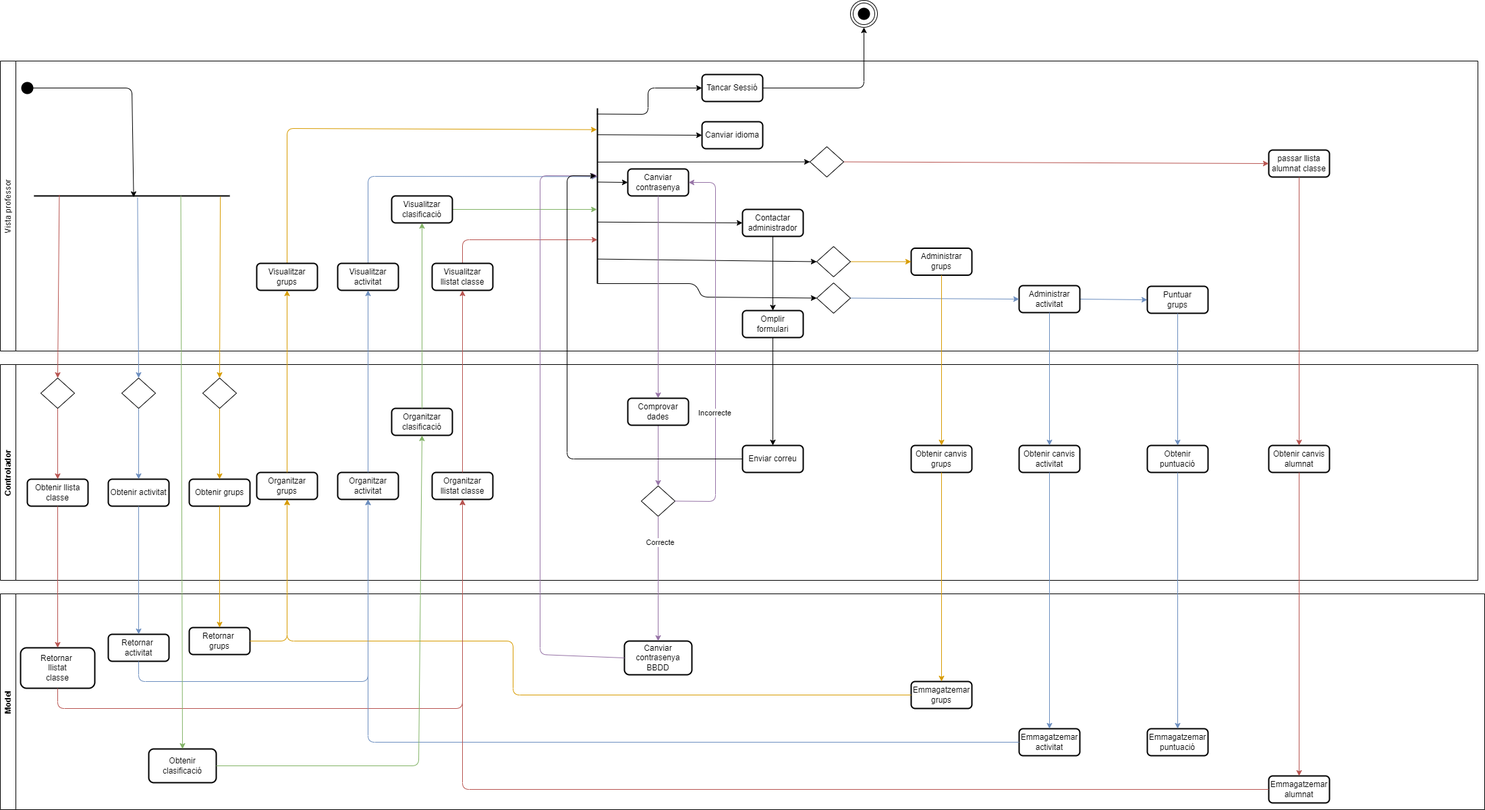
Above: diagramas/D-AC-PROF.png in EliasEJ/ACTIVITAT-DE-COHESIO (draw.io), before the change. Source tidied: cells renumbered, new cells last; positions are measured from the earlier drawing's top-left corner, leaving out a move shared by most shapes.
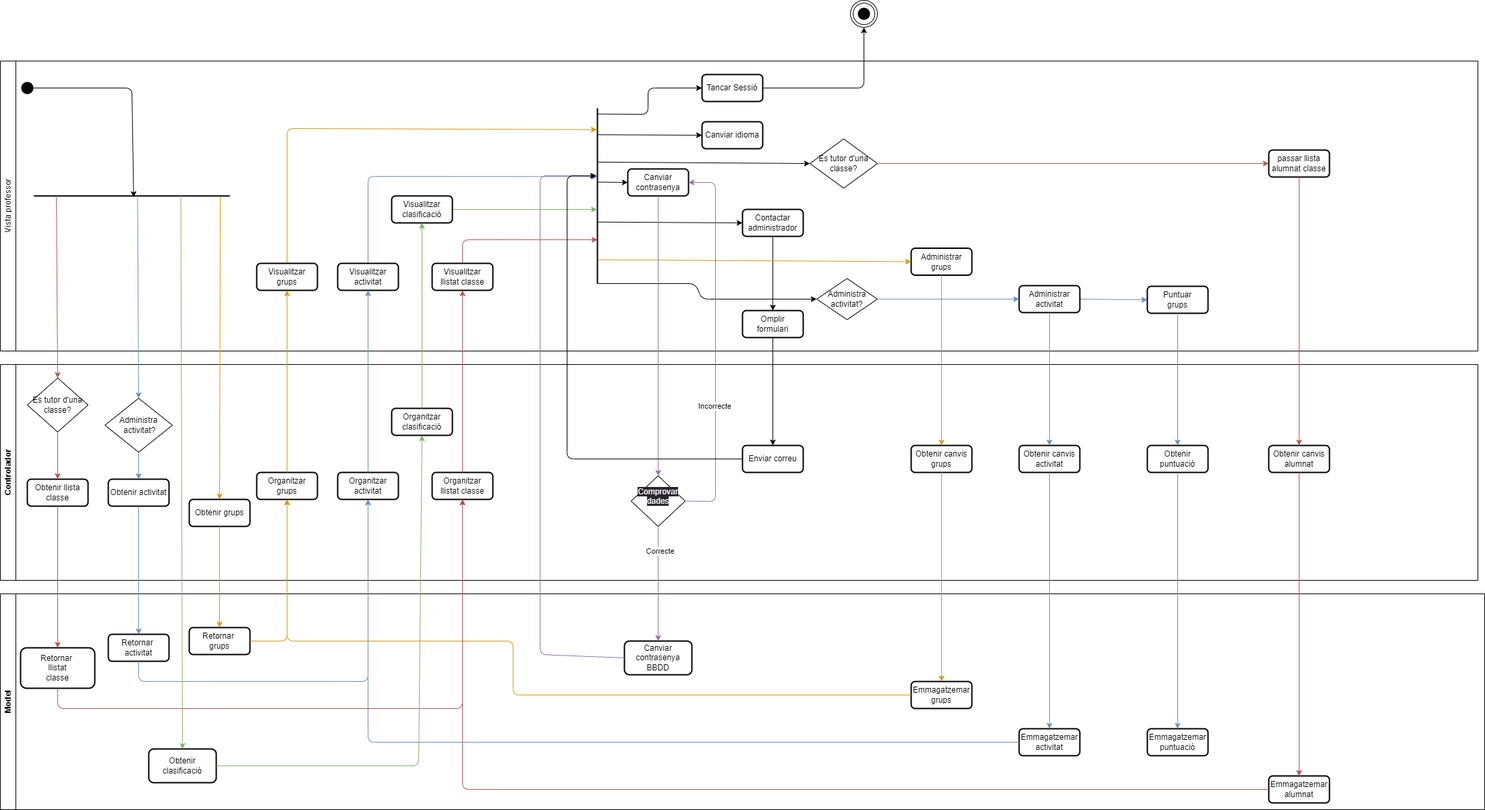
After the commit.

The edit, as a diff of the source:
```diff
@@ -65,14 +65,11 @@
     <mxCell id="15" style="edgeStyle=none;html=1;exitX=0.649;exitY=0.453;exitDx=0;exitDy=0;exitPerimeter=0;entryX=0;entryY=0.5;entryDx=0;entryDy=0;" parent="2" edge="1" source="19" target="24">
       <mxGeometry relative="1" as="geometry" />
     </mxCell>
-    <mxCell id="16" style="edgeStyle=none;html=1;exitX=0.86;exitY=0.533;exitDx=0;exitDy=0;exitPerimeter=0;entryX=0;entryY=0.5;entryDx=0;entryDy=0;" parent="2" edge="1" source="19" target="30">
-      <mxGeometry relative="1" as="geometry" />
-    </mxCell>
     <mxCell id="17" style="edgeStyle=none;html=1;exitX=1;exitY=0.5;exitDx=0;exitDy=0;exitPerimeter=0;entryX=0;entryY=0.5;entryDx=0;entryDy=0;" parent="2" edge="1" source="19" target="32">
       <mxGeometry relative="1" as="geometry">
         <Array as="points">
           <mxPoint x="1030" y="330" />
-          <mxPoint x="1040" y="350" />
+          <mxPoint x="1040" y="353" />
         </Array>
       </mxGeometry>
     </mxCell>
@@ -109,17 +106,14 @@
     <mxCell id="28" value="Omplir&lt;br&gt;formulari" style="rounded=1;whiteSpace=wrap;html=1;strokeWidth=2;" parent="2" vertex="1">
       <mxGeometry x="1100" y="370" width="90" height="40" as="geometry" />
     </mxCell>
-    <mxCell id="29" style="edgeStyle=none;html=1;exitX=1;exitY=0.5;exitDx=0;exitDy=0;entryX=0;entryY=0.5;entryDx=0;entryDy=0;fillColor=#ffe6cc;strokeColor=#d79b00;" parent="2" edge="1" source="30" target="27">
+    <mxCell id="29" style="edgeStyle=none;html=1;exitX=0.864;exitY=0.333;exitDx=0;exitDy=0;entryX=0;entryY=0.5;entryDx=0;entryDy=0;fillColor=#ffe6cc;strokeColor=#d79b00;exitPerimeter=0;" parent="2" edge="1" source="19" target="27">
       <mxGeometry relative="1" as="geometry" />
     </mxCell>
-    <mxCell id="30" value="&lt;span style=&quot;color: rgba(0, 0, 0, 0); font-family: monospace; font-size: 0px; text-align: start;&quot;&gt;%3CmxGraphModel%3E%3Croot%3E%3CmxCell%20id%3D%220%22%2F%3E%3CmxCell%20id%3D%221%22%20parent%3D%220%22%2F%3E%3CmxCell%20id%3D%222%22%20value%3D%22%22%20style%3D%22rhombus%3BwhiteSpace%3Dwrap%3Bhtml%3D1%3B%22%20vertex%3D%221%22%20parent%3D%221%22%3E%3CmxGeometry%20x%3D%22910%22%20y%3D%22150%22%20width%3D%2250%22%20height%3D%2245%22%20as%3D%22geometry%22%2F%3E%3C%2FmxCell%3E%3C%2Froot%3E%3C%2FmxGraphModel%3E&lt;/span&gt;" style="rhombus;whiteSpace=wrap;html=1;" parent="2" vertex="1">
-      <mxGeometry x="1210" y="275" width="50" height="45" as="geometry" />
-    </mxCell>
     <mxCell id="31" style="edgeStyle=none;html=1;exitX=1;exitY=0.5;exitDx=0;exitDy=0;entryX=0;entryY=0.5;entryDx=0;entryDy=0;fillColor=#dae8fc;strokeColor=#6c8ebf;" parent="2" edge="1" source="32" target="26">
       <mxGeometry relative="1" as="geometry" />
     </mxCell>
-    <mxCell id="32" value="&lt;span style=&quot;color: rgba(0, 0, 0, 0); font-family: monospace; font-size: 0px; text-align: start;&quot;&gt;%3CmxGraphModel%3E%3Croot%3E%3CmxCell%20id%3D%220%22%2F%3E%3CmxCell%20id%3D%221%22%20parent%3D%220%22%2F%3E%3CmxCell%20id%3D%222%22%20value%3D%22%22%20style%3D%22rhombus%3BwhiteSpace%3Dwrap%3Bhtml%3D1%3B%22%20vertex%3D%221%22%20parent%3D%221%22%3E%3CmxGeometry%20x%3D%22910%22%20y%3D%22150%22%20width%3D%2250%22%20height%3D%2245%22%20as%3D%22geometry%22%2F%3E%3C%2FmxCell%3E%3C%2Froot%3E%3C%2FmxGraphModel%3E&lt;/span&gt;" style="rhombus;whiteSpace=wrap;html=1;" parent="2" vertex="1">
-      <mxGeometry x="1210" y="329" width="50" height="45" as="geometry" />
+    <mxCell id="32" value="Administra activitat?" style="rhombus;whiteSpace=wrap;html=1;" parent="2" vertex="1">
+      <mxGeometry x="1210" y="322.5" width="90" height="61" as="geometry" />
     </mxCell>
     <mxCell id="33" value="passar llista&lt;br&gt;alumnat classe" style="rounded=1;whiteSpace=wrap;html=1;strokeWidth=2;" parent="2" vertex="1">
       <mxGeometry x="1880" y="132" width="90" height="40" as="geometry" />
@@ -127,8 +121,8 @@
     <mxCell id="34" style="edgeStyle=none;html=1;exitX=1;exitY=0.5;exitDx=0;exitDy=0;entryX=0;entryY=0.5;entryDx=0;entryDy=0;fillColor=#f8cecc;strokeColor=#b85450;" parent="2" edge="1" source="35" target="33">
       <mxGeometry relative="1" as="geometry" />
     </mxCell>
-    <mxCell id="35" value="&lt;span style=&quot;color: rgba(0, 0, 0, 0); font-family: monospace; font-size: 0px; text-align: start;&quot;&gt;%3CmxGraphModel%3E%3Croot%3E%3CmxCell%20id%3D%220%22%2F%3E%3CmxCell%20id%3D%221%22%20parent%3D%220%22%2F%3E%3CmxCell%20id%3D%222%22%20value%3D%22%22%20style%3D%22rhombus%3BwhiteSpace%3Dwrap%3Bhtml%3D1%3B%22%20vertex%3D%221%22%20parent%3D%221%22%3E%3CmxGeometry%20x%3D%22910%22%20y%3D%22150%22%20width%3D%2250%22%20height%3D%2245%22%20as%3D%22geometry%22%2F%3E%3C%2FmxCell%3E%3C%2Froot%3E%3C%2FmxGraphModel%3E&lt;/span&gt;" style="rhombus;whiteSpace=wrap;html=1;" parent="2" vertex="1">
-      <mxGeometry x="1200" y="127" width="50" height="45" as="geometry" />
+    <mxCell id="35" value="Es tutor d'una classe?" style="rhombus;whiteSpace=wrap;html=1;" parent="2" vertex="1">
+      <mxGeometry x="1200" y="115.5" width="100" height="73" as="geometry" />
     </mxCell>
     <mxCell id="36" value="Puntuar&lt;br&gt;grups" style="rounded=1;whiteSpace=wrap;html=1;strokeWidth=2;" parent="2" vertex="1">
       <mxGeometry x="1700" y="334" width="90" height="40" as="geometry" />
@@ -146,20 +140,14 @@
       <mxGeometry x="160" y="170" width="90" height="40" as="geometry" />
     </mxCell>
     <mxCell id="41" value="Obtenir grups" style="rounded=1;whiteSpace=wrap;html=1;strokeWidth=2;" parent="39" vertex="1">
-      <mxGeometry x="280" y="170" width="90" height="40" as="geometry" />
+      <mxGeometry x="280" y="200" width="90" height="40" as="geometry" />
     </mxCell>
     <mxCell id="42" style="edgeStyle=none;html=1;exitX=0.5;exitY=1;exitDx=0;exitDy=0;entryX=0.5;entryY=0;entryDx=0;entryDy=0;fillColor=#dae8fc;strokeColor=#6c8ebf;" parent="39" edge="1" source="43" target="40">
       <mxGeometry relative="1" as="geometry" />
     </mxCell>
-    <mxCell id="43" style="rhombus;whiteSpace=wrap;html=1;" parent="39" vertex="1">
-      <mxGeometry x="180" y="20" width="50" height="45" as="geometry" />
+    <mxCell id="43" value="Administra&lt;br&gt;&amp;nbsp;activitat?" style="rhombus;whiteSpace=wrap;html=1;" parent="39" vertex="1">
+      <mxGeometry x="155" y="50" width="100" height="80" as="geometry" />
     </mxCell>
-    <mxCell id="44" style="edgeStyle=none;html=1;exitX=0.5;exitY=1;exitDx=0;exitDy=0;entryX=0.5;entryY=0;entryDx=0;entryDy=0;fillColor=#ffe6cc;strokeColor=#d79b00;" parent="39" edge="1" source="45" target="41">
-      <mxGeometry relative="1" as="geometry" />
-    </mxCell>
-    <mxCell id="45" style="rhombus;whiteSpace=wrap;html=1;" parent="39" vertex="1">
-      <mxGeometry x="300" y="20" width="50" height="45" as="geometry" />
-    </mxCell>
     <mxCell id="46" value="Organitzar grups" style="rounded=1;whiteSpace=wrap;html=1;strokeWidth=2;" parent="39" vertex="1">
       <mxGeometry x="380" y="160" width="90" height="40" as="geometry" />
     </mxCell>
@@ -172,20 +160,14 @@
     <mxCell id="49" style="edgeStyle=none;html=1;exitX=0.5;exitY=1;exitDx=0;exitDy=0;entryX=0.5;entryY=0;entryDx=0;entryDy=0;fillColor=#f8cecc;strokeColor=#b85450;" parent="39" edge="1" source="50" target="48">
       <mxGeometry relative="1" as="geometry" />
     </mxCell>
-    <mxCell id="50" style="rhombus;whiteSpace=wrap;html=1;" parent="39" vertex="1">
-      <mxGeometry x="60" y="20" width="50" height="45" as="geometry" />
+    <mxCell id="50" value="Es tutor d'una classe?" style="rhombus;whiteSpace=wrap;html=1;" parent="39" vertex="1">
+      <mxGeometry x="40" y="20" width="90" height="80" as="geometry" />
     </mxCell>
     <mxCell id="51" value="Organitzar &lt;br&gt;llistat classe" style="rounded=1;whiteSpace=wrap;html=1;strokeWidth=2;" parent="39" vertex="1">
       <mxGeometry x="640" y="160" width="90" height="40" as="geometry" />
     </mxCell>
-    <mxCell id="52" style="edgeStyle=none;html=1;exitX=0.5;exitY=1;exitDx=0;exitDy=0;entryX=0.5;entryY=0;entryDx=0;entryDy=0;fillColor=#e1d5e7;strokeColor=#9673a6;" parent="39" edge="1" source="53" target="54">
-      <mxGeometry relative="1" as="geometry" />
-    </mxCell>
-    <mxCell id="53" value="Comprovar&lt;br&gt;dades" style="rounded=1;whiteSpace=wrap;html=1;strokeWidth=2;" parent="39" vertex="1">
-      <mxGeometry x="930" y="50" width="90" height="40" as="geometry" />
-    </mxCell>
-    <mxCell id="54" value="&lt;span style=&quot;color: rgba(0, 0, 0, 0); font-family: monospace; font-size: 0px; text-align: start;&quot;&gt;%3CmxGraphModel%3E%3Croot%3E%3CmxCell%20id%3D%220%22%2F%3E%3CmxCell%20id%3D%221%22%20parent%3D%220%22%2F%3E%3CmxCell%20id%3D%222%22%20value%3D%22%22%20style%3D%22rhombus%3BwhiteSpace%3Dwrap%3Bhtml%3D1%3B%22%20vertex%3D%221%22%20parent%3D%221%22%3E%3CmxGeometry%20x%3D%22910%22%20y%3D%22150%22%20width%3D%2250%22%20height%3D%2245%22%20as%3D%22geometry%22%2F%3E%3C%2FmxCell%3E%3C%2Froot%3E%3C%2FmxGraphModel%3E&lt;/span&gt;" style="rhombus;whiteSpace=wrap;html=1;" parent="39" vertex="1">
-      <mxGeometry x="950" y="180" width="50" height="45" as="geometry" />
+    <mxCell id="54" value="&#10;&lt;span style=&quot;color: rgb(240, 240, 240); font-family: Helvetica; font-size: 12px; font-style: normal; font-variant-ligatures: normal; font-variant-caps: normal; font-weight: 400; letter-spacing: normal; orphans: 2; text-align: center; text-indent: 0px; text-transform: none; widows: 2; word-spacing: 0px; -webkit-text-stroke-width: 0px; background-color: rgb(42, 37, 47); text-decoration-thickness: initial; text-decoration-style: initial; text-decoration-color: initial; float: none; display: inline !important;&quot;&gt;Comprovar&lt;/span&gt;&lt;br style=&quot;border-color: rgb(0, 0, 0); color: rgb(240, 240, 240); font-family: Helvetica; font-size: 12px; font-style: normal; font-variant-ligatures: normal; font-variant-caps: normal; font-weight: 400; letter-spacing: normal; orphans: 2; text-align: center; text-indent: 0px; text-transform: none; widows: 2; word-spacing: 0px; -webkit-text-stroke-width: 0px; background-color: rgb(42, 37, 47); text-decoration-thickness: initial; text-decoration-style: initial; text-decoration-color: initial;&quot;&gt;&lt;span style=&quot;color: rgb(240, 240, 240); font-family: Helvetica; font-size: 12px; font-style: normal; font-variant-ligatures: normal; font-variant-caps: normal; font-weight: 400; letter-spacing: normal; orphans: 2; text-align: center; text-indent: 0px; text-transform: none; widows: 2; word-spacing: 0px; -webkit-text-stroke-width: 0px; background-color: rgb(42, 37, 47); text-decoration-thickness: initial; text-decoration-style: initial; text-decoration-color: initial; float: none; display: inline !important;&quot;&gt;dades&lt;/span&gt;&#10;&#10;" style="rhombus;whiteSpace=wrap;html=1;" parent="39" vertex="1">
+      <mxGeometry x="935" y="165" width="80" height="75" as="geometry" />
     </mxCell>
     <mxCell id="55" value="Enviar correu" style="rounded=1;whiteSpace=wrap;html=1;strokeWidth=2;" parent="39" vertex="1">
       <mxGeometry x="1100" y="120" width="90" height="40" as="geometry" />
@@ -238,7 +220,7 @@
     <mxCell id="71" style="edgeStyle=none;html=1;entryX=0.5;entryY=0;entryDx=0;entryDy=0;exitX=0.529;exitY=0.743;exitDx=0;exitDy=0;exitPerimeter=0;fillColor=#dae8fc;strokeColor=#6c8ebf;" parent="1" edge="1" source="5" target="43">
       <mxGeometry relative="1" as="geometry" />
     </mxCell>
-    <mxCell id="72" style="edgeStyle=none;html=1;entryX=0.5;entryY=0;entryDx=0;entryDy=0;exitX=0.952;exitY=0.6;exitDx=0;exitDy=0;exitPerimeter=0;fillColor=#ffe6cc;strokeColor=#d79b00;" parent="1" edge="1" source="5" target="45">
+    <mxCell id="72" style="edgeStyle=none;html=1;entryX=0.5;entryY=0;entryDx=0;entryDy=0;exitX=0.952;exitY=0.6;exitDx=0;exitDy=0;exitPerimeter=0;fillColor=#ffe6cc;strokeColor=#d79b00;" parent="1" edge="1" source="5" target="41">
       <mxGeometry relative="1" as="geometry" />
     </mxCell>
     <mxCell id="73" style="edgeStyle=none;html=1;exitX=0.5;exitY=1;exitDx=0;exitDy=0;entryX=0.5;entryY=0;entryDx=0;entryDy=0;fillColor=#dae8fc;strokeColor=#6c8ebf;" parent="1" edge="1" source="40" target="62">
@@ -268,7 +250,7 @@
     <mxCell id="78" style="edgeStyle=none;html=1;exitX=0.5;exitY=0;exitDx=0;exitDy=0;entryX=0.5;entryY=1;entryDx=0;entryDy=0;fillColor=#dae8fc;strokeColor=#6c8ebf;" parent="1" edge="1" source="47" target="9">
       <mxGeometry relative="1" as="geometry" />
     </mxCell>
-    <mxCell id="79" style="edgeStyle=none;html=1;entryX=0.5;entryY=0;entryDx=0;entryDy=0;exitX=0.129;exitY=0.35;exitDx=0;exitDy=0;exitPerimeter=0;fillColor=#f8cecc;strokeColor=#b85450;" parent="1" edge="1" source="5" target="50">
+    <mxCell id="79" style="edgeStyle=none;html=1;entryX=0.5;entryY=0;entryDx=0;entryDy=0;exitX=0.114;exitY=0.5;exitDx=0;exitDy=0;exitPerimeter=0;fillColor=#f8cecc;strokeColor=#b85450;" parent="1" edge="1" source="5" target="50">
       <mxGeometry relative="1" as="geometry" />
     </mxCell>
     <mxCell id="80" style="edgeStyle=none;html=1;exitX=0.5;exitY=1;exitDx=0;exitDy=0;entryX=0.5;entryY=0;entryDx=0;entryDy=0;fillColor=#f8cecc;strokeColor=#b85450;" parent="1" edge="1" source="48" target="64">
@@ -285,7 +267,7 @@
     <mxCell id="82" style="edgeStyle=none;html=1;exitX=0.5;exitY=0;exitDx=0;exitDy=0;entryX=0.5;entryY=1;entryDx=0;entryDy=0;fillColor=#f8cecc;strokeColor=#b85450;" parent="1" edge="1" source="51" target="11">
       <mxGeometry relative="1" as="geometry" />
     </mxCell>
-    <mxCell id="83" style="edgeStyle=none;html=1;exitX=0.5;exitY=1;exitDx=0;exitDy=0;entryX=0.5;entryY=0;entryDx=0;entryDy=0;fillColor=#e1d5e7;strokeColor=#9673a6;" parent="1" edge="1" source="21" target="53">
+    <mxCell id="83" style="edgeStyle=none;html=1;exitX=0.5;exitY=1;exitDx=0;exitDy=0;entryX=0.5;entryY=0;entryDx=0;entryDy=0;fillColor=#e1d5e7;strokeColor=#9673a6;" parent="1" edge="1" source="21" target="54">
       <mxGeometry relative="1" as="geometry" />
     </mxCell>
     <mxCell id="84" style="edgeStyle=none;html=1;exitX=0.5;exitY=1;exitDx=0;exitDy=0;entryX=0.5;entryY=0;entryDx=0;entryDy=0;fillColor=#e1d5e7;strokeColor=#9673a6;" parent="1" edge="1" source="54" target="65">
```
